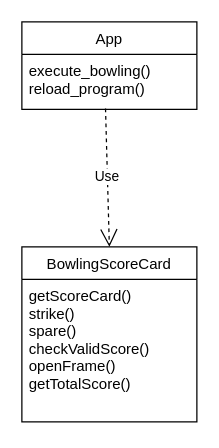
Earlier version of the draw.io diagram DDD/Model_DDD_bowling_kata.drawio (MateoGarciaG/Bowling_Game_Kata). Source tidied: cells renumbered, new cells numbered last; positions are measured from the earlier drawing's top-left corner, leaving out a move shared by most shapes. Both pictures are drawn from the tidied source at 125%, with x=0, y=0 at pixel (21, 21).
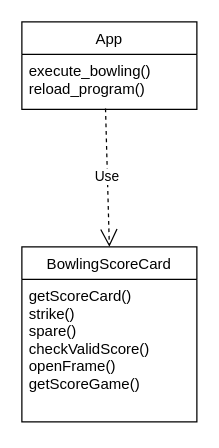
After the change.

Diff of the diagram source:
```diff
@@
 <mxGraphModel>
   <root>
     <mxCell id="0" />
     <mxCell id="1" parent="0" />
     <mxCell id="2" value="BowlingScoreCard" style="swimlane;fontStyle=0;horizontal=1;startSize=26;fillColor=none;" parent="1" vertex="1">
       <mxGeometry y="180" width="140" height="140" as="geometry" />
     </mxCell>
-    <mxCell id="3" value="getScoreCard()&#10;strike()&#10;spare()&#10;checkValidScore()&#10;openFrame()&#10;getTotalScore()" style="text;strokeColor=none;fillColor=none;align=left;verticalAlign=top;spacingLeft=4;spacingRight=4;overflow=hidden;" parent="2" vertex="1">
+    <mxCell id="3" value="getScoreCard()&#10;strike()&#10;spare()&#10;checkValidScore()&#10;openFrame()&#10;getScoreGame()" style="text;strokeColor=none;fillColor=none;align=left;verticalAlign=top;spacingLeft=4;spacingRight=4;overflow=hidden;" parent="2" vertex="1">
       <mxGeometry y="26" width="140" height="114" as="geometry" />
     </mxCell>
     <mxCell id="4" value="App" style="swimlane;fontStyle=0;horizontal=1;startSize=26;fillColor=none;" parent="1" vertex="1">
       <mxGeometry width="140" height="70" as="geometry" />
     </mxCell>
     <mxCell id="5" value="execute_bowling()&#10;reload_program()" style="text;strokeColor=none;fillColor=none;align=left;verticalAlign=top;spacingLeft=4;spacingRight=4;overflow=hidden;points=[[0,0.5],[1,0.5]];portConstraint=eastwest;" parent="4" vertex="1">
       <mxGeometry y="26" width="140" height="44" as="geometry" />
     </mxCell>
     <mxCell id="6" value="Use" style="endArrow=open;endSize=12;dashed=1;html=1;exitX=0.478;exitY=0.983;exitDx=0;exitDy=0;exitPerimeter=0;entryX=0.5;entryY=0;entryDx=0;entryDy=0;" parent="1" edge="1" source="5" target="2">
       <mxGeometry relative="1" as="geometry" />
     </mxCell>
   </root>
 </mxGraphModel>
```
